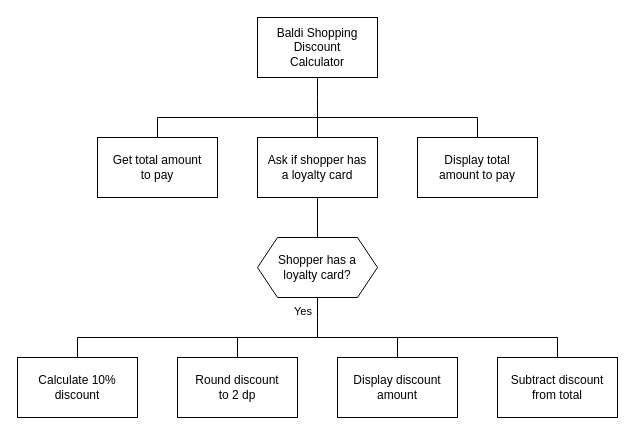
This is page "sd" (1 of 3) of n5-cs/sdd/N5-SDD-Shopping/assets/N5 SDD Shopping.drawio from MrFriendCS/MrFriendCS.github.io, a draw.io file, before an edit. Source tidied: cells renumbered, new cells numbered last; positions are measured from the earlier drawing's top-left corner, leaving out a move shared by most shapes. Both pictures are drawn from the tidied source at 100%, with x=0, y=0 at pixel (17, 17).
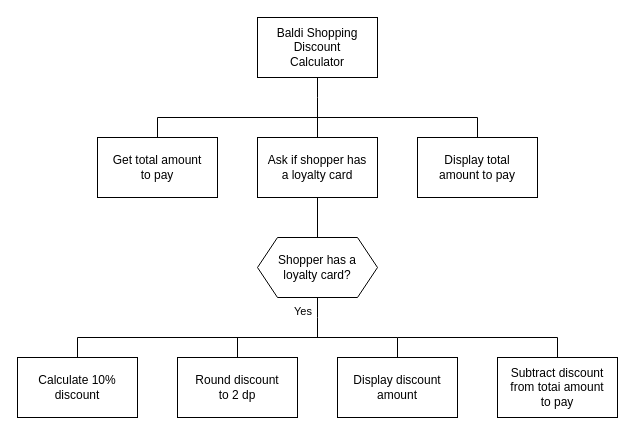
Above is the later version.

Diff of the diagram source:
```diff
@@
-    <mxCell id="21" value="Subtract discount&lt;div&gt;from total&lt;/div&gt;" style="rounded=0;whiteSpace=wrap;html=1;" parent="1" vertex="1">
+    <mxCell id="21" value="Subtract discount&lt;div&gt;from totai amount&lt;/div&gt;&lt;div&gt;to pay&lt;/div&gt;" style="rounded=0;whiteSpace=wrap;html=1;" parent="1" vertex="1">
       <mxGeometry x="480" y="340" width="120" height="60" as="geometry" />
     </mxCell>
```
